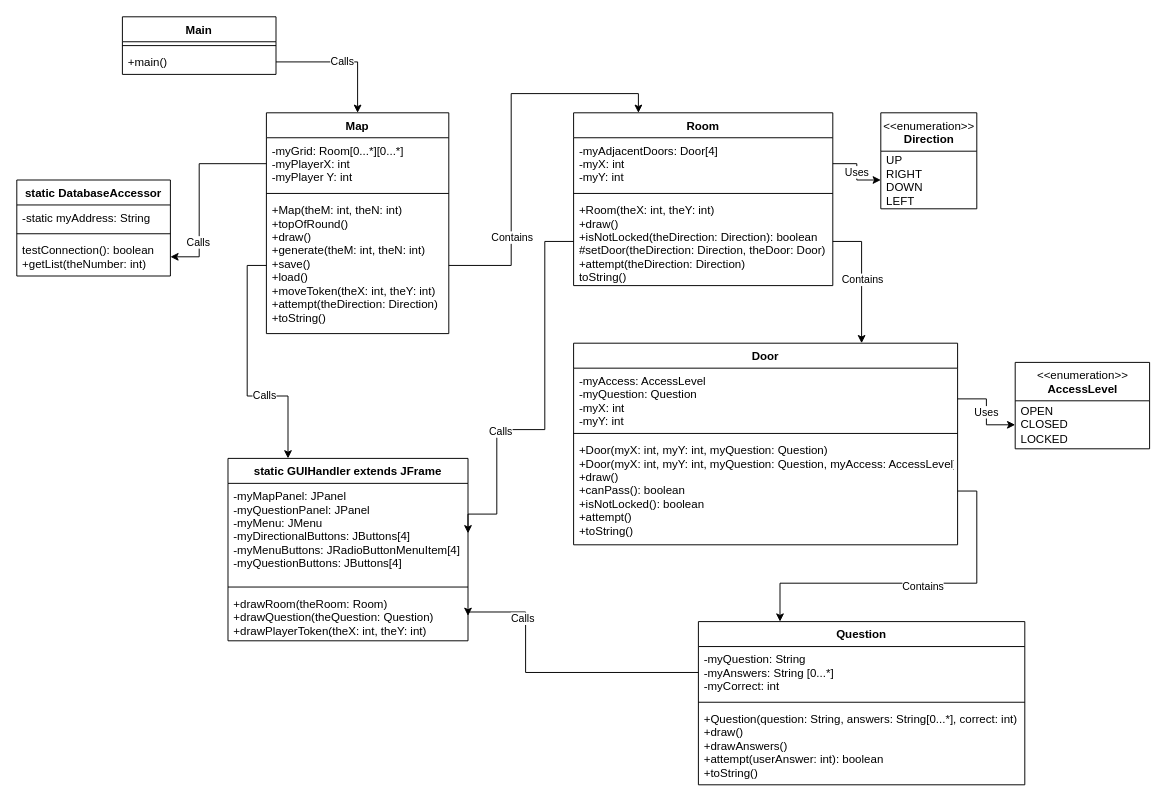
The draw.io diagram page "Map W/ Separate GUI" (2 of 2) of TriviaMazeUML.drawio in mperez68/TriviaMaze, before the edit. Source tidied: cells renumbered, new cells numbered last; positions are measured from the earlier drawing's top-left corner, leaving out a move shared by most shapes. Both pictures are drawn from the tidied source at 96%, with x=0, y=0 at pixel (16, 16).
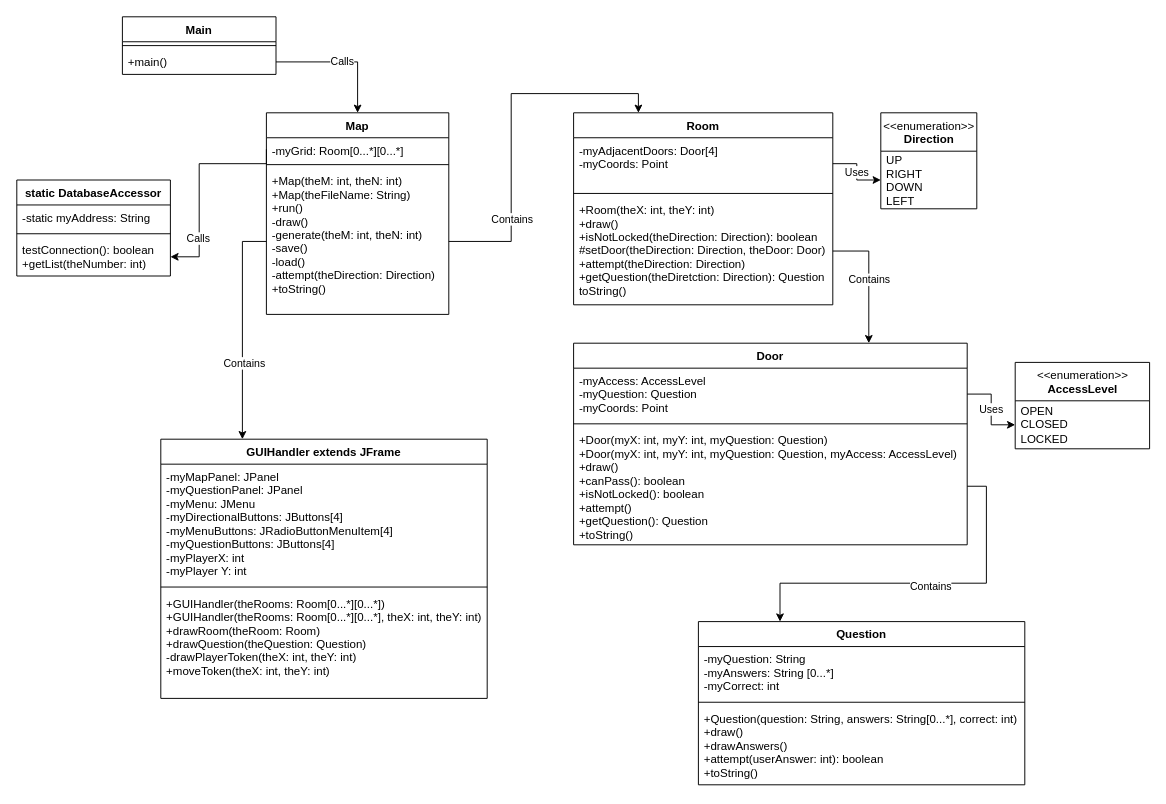
Above is the later version.

Unchanged cells that the change refers to:
```xml
<mxCell id="24" value="-myQuestion: String&#10;-myAnswers: String [0...*]&#10;-myCorrect: int" style="text;strokeColor=none;fillColor=none;align=left;verticalAlign=top;spacingLeft=4;spacingRight=4;overflow=hidden;points=[[0,0.5],[1,0.5]];portConstraint=eastwest;" parent="23" vertex="1">
  <mxGeometry y="26" width="340" height="54" as="geometry" />
</mxCell>
<mxCell id="44" style="edgeStyle=orthogonalEdgeStyle;rounded=0;jettySize=auto;html=1;exitX=0;exitY=0.5;exitDx=0;exitDy=0;entryX=0.25;entryY=0;entryDx=0;entryDy=0;" parent="1" edge="1" source="5" target="35">
  <mxGeometry relative="1" as="geometry" />
</mxCell>
```

The edit, as a diff of the source:
```diff
@@
     <mxCell id="2" value="Map" style="swimlane;fontStyle=1;align=center;verticalAlign=top;horizontal=1;startSize=26;" parent="1" vertex="1">
-      <mxGeometry x="260" y="100" width="190" height="230" as="geometry" />
+      <mxGeometry x="260" y="100" width="190" height="210" as="geometry" />
     </mxCell>
-    <mxCell id="3" value="-myGrid: Room[0...*][0...*]&#10;-myPlayerX: int&#10;-myPlayer Y: int" style="text;strokeColor=none;fillColor=none;align=left;verticalAlign=top;spacingLeft=4;spacingRight=4;overflow=hidden;points=[[0,0.5],[1,0.5]];portConstraint=eastwest;" parent="2" vertex="1">
-      <mxGeometry y="26" width="190" height="54" as="geometry" />
+    <mxCell id="3" value="-myGrid: Room[0...*][0...*]" style="text;strokeColor=none;fillColor=none;align=left;verticalAlign=top;spacingLeft=4;spacingRight=4;overflow=hidden;points=[[0,0.5],[1,0.5]];portConstraint=eastwest;" parent="2" vertex="1">
+      <mxGeometry y="26" width="190" height="24" as="geometry" />
     </mxCell>
     <mxCell id="4" style="line;strokeWidth=1;fillColor=none;align=left;verticalAlign=middle;spacingTop=-1;spacingLeft=3;spacingRight=3;labelPosition=right;" parent="2" vertex="1">
-      <mxGeometry y="80" width="190" height="8" as="geometry" />
+      <mxGeometry y="50" width="190" height="8" as="geometry" />
     </mxCell>
-    <mxCell id="5" value="+Map(theM: int, theN: int)&#10;+topOfRound()&#10;+draw()&#10;+generate(theM: int, theN: int)&#10;+save()&#10;+load()&#10;+moveToken(theX: int, theY: int)&#10;+attempt(theDirection: Direction)&#10;+toString()" style="text;strokeColor=none;fillColor=none;align=left;verticalAlign=top;spacingLeft=4;spacingRight=4;overflow=hidden;points=[[0,0.5],[1,0.5]];portConstraint=eastwest;" parent="2" vertex="1">
-      <mxGeometry y="88" width="190" height="142" as="geometry" />
+    <mxCell id="5" value="+Map(theM: int, theN: int)&#10;+Map(theFileName: String)&#10;+run()&#10;-draw()&#10;-generate(theM: int, theN: int)&#10;-save()&#10;-load()&#10;-attempt(theDirection: Direction)&#10;+toString()" style="text;strokeColor=none;fillColor=none;align=left;verticalAlign=top;spacingLeft=4;spacingRight=4;overflow=hidden;points=[[0,0.5],[1,0.5]];portConstraint=eastwest;" parent="2" vertex="1">
+      <mxGeometry y="58" width="190" height="152" as="geometry" />
     </mxCell>
     <mxCell id="6" value="Room" style="swimlane;fontStyle=1;align=center;verticalAlign=top;horizontal=1;startSize=26;" parent="1" vertex="1">
-      <mxGeometry x="580" y="100" width="270" height="180" as="geometry" />
+      <mxGeometry x="580" y="100" width="270" height="200" as="geometry" />
     </mxCell>
-    <mxCell id="7" value="-myAdjacentDoors: Door[4]&#10;-myX: int&#10;-myY: int" style="text;strokeColor=none;fillColor=none;align=left;verticalAlign=top;spacingLeft=4;spacingRight=4;overflow=hidden;points=[[0,0.5],[1,0.5]];portConstraint=eastwest;" parent="6" vertex="1">
+    <mxCell id="7" value="-myAdjacentDoors: Door[4]&#10;-myCoords: Point" style="text;strokeColor=none;fillColor=none;align=left;verticalAlign=top;spacingLeft=4;spacingRight=4;overflow=hidden;points=[[0,0.5],[1,0.5]];portConstraint=eastwest;" parent="6" vertex="1">
       <mxGeometry y="26" width="270" height="54" as="geometry" />
     </mxCell>
@@
-    <mxCell id="9" value="+Room(theX: int, theY: int)&#10;+draw()&#10;+isNotLocked(theDirection: Direction): boolean&#10;#setDoor(theDirection: Direction, theDoor: Door)&#10;+attempt(theDirection: Direction)&#10;toString()" style="text;strokeColor=none;fillColor=none;align=left;verticalAlign=top;spacingLeft=4;spacingRight=4;overflow=hidden;points=[[0,0.5],[1,0.5]];portConstraint=eastwest;" parent="6" vertex="1">
-      <mxGeometry y="88" width="270" height="92" as="geometry" />
+    <mxCell id="9" value="+Room(theX: int, theY: int)&#10;+draw()&#10;+isNotLocked(theDirection: Direction): boolean&#10;#setDoor(theDirection: Direction, theDoor: Door)&#10;+attempt(theDirection: Direction)&#10;+getQuestion(theDiretction: Direction): Question&#10;toString()" style="text;strokeColor=none;fillColor=none;align=left;verticalAlign=top;spacingLeft=4;spacingRight=4;overflow=hidden;points=[[0,0.5],[1,0.5]];portConstraint=eastwest;" parent="6" vertex="1">
+      <mxGeometry y="88" width="270" height="112" as="geometry" />
     </mxCell>
@@
     <mxCell id="12" value="Door" style="swimlane;fontStyle=1;align=center;verticalAlign=top;horizontal=1;startSize=26;" parent="1" vertex="1">
-      <mxGeometry x="580" y="340" width="400" height="210" as="geometry" />
+      <mxGeometry x="580" y="340" width="410" height="210" as="geometry" />
     </mxCell>
-    <mxCell id="13" value="-myAccess: AccessLevel&#10;-myQuestion: Question&#10;-myX: int&#10;-myY: int" style="text;strokeColor=none;fillColor=none;align=left;verticalAlign=top;spacingLeft=4;spacingRight=4;overflow=hidden;points=[[0,0.5],[1,0.5]];portConstraint=eastwest;" parent="12" vertex="1">
-      <mxGeometry y="26" width="400" height="64" as="geometry" />
+    <mxCell id="13" value="-myAccess: AccessLevel&#10;-myQuestion: Question&#10;-myCoords: Point" style="text;strokeColor=none;fillColor=none;align=left;verticalAlign=top;spacingLeft=4;spacingRight=4;overflow=hidden;points=[[0,0.5],[1,0.5]];portConstraint=eastwest;" parent="12" vertex="1">
+      <mxGeometry y="26" width="410" height="54" as="geometry" />
     </mxCell>
     <mxCell id="14" style="line;strokeWidth=1;fillColor=none;align=left;verticalAlign=middle;spacingTop=-1;spacingLeft=3;spacingRight=3;labelPosition=right;" parent="12" vertex="1">
-      <mxGeometry y="90" width="400" height="8" as="geometry" />
+      <mxGeometry y="80" width="410" height="8" as="geometry" />
     </mxCell>
-    <mxCell id="15" value="+Door(myX: int, myY: int, myQuestion: Question)&#10;+Door(myX: int, myY: int, myQuestion: Question, myAccess: AccessLevel)&#10;+draw()&#10;+canPass(): boolean&#10;+isNotLocked(): boolean&#10;+attempt()&#10;+toString()" style="text;strokeColor=none;fillColor=none;align=left;verticalAlign=top;spacingLeft=4;spacingRight=4;overflow=hidden;points=[[0,0.5],[1,0.5]];portConstraint=eastwest;" parent="12" vertex="1">
-      <mxGeometry y="98" width="400" height="112" as="geometry" />
+    <mxCell id="15" value="+Door(myX: int, myY: int, myQuestion: Question)&#10;+Door(myX: int, myY: int, myQuestion: Question, myAccess: AccessLevel)&#10;+draw()&#10;+canPass(): boolean&#10;+isNotLocked(): boolean&#10;+attempt()&#10;+getQuestion(): Question&#10;+toString()" style="text;strokeColor=none;fillColor=none;align=left;verticalAlign=top;spacingLeft=4;spacingRight=4;overflow=hidden;points=[[0,0.5],[1,0.5]];portConstraint=eastwest;" parent="12" vertex="1">
+      <mxGeometry y="88" width="410" height="122" as="geometry" />
     </mxCell>
@@
-    <mxCell id="35" value="static GUIHandler extends JFrame" style="swimlane;fontStyle=1;align=center;verticalAlign=top;horizontal=1;startSize=26;" parent="1" vertex="1">
-      <mxGeometry x="220" y="460" width="250" height="190" as="geometry" />
+    <mxCell id="35" value="GUIHandler extends JFrame" style="swimlane;fontStyle=1;align=center;verticalAlign=top;horizontal=1;startSize=26;" parent="1" vertex="1">
+      <mxGeometry x="150" y="440" width="340" height="270" as="geometry" />
     </mxCell>
-    <mxCell id="36" value="-myMapPanel: JPanel&#10;-myQuestionPanel: JPanel&#10;-myMenu: JMenu&#10;-myDirectionalButtons: JButtons[4]&#10;-myMenuButtons: JRadioButtonMenuItem[4]&#10;-myQuestionButtons: JButtons[4]" style="text;strokeColor=none;fillColor=none;align=left;verticalAlign=top;spacingLeft=4;spacingRight=4;overflow=hidden;points=[[0,0.5],[1,0.5]];portConstraint=eastwest;" parent="35" vertex="1">
-      <mxGeometry y="26" width="250" height="104" as="geometry" />
+    <mxCell id="36" value="-myMapPanel: JPanel&#10;-myQuestionPanel: JPanel&#10;-myMenu: JMenu&#10;-myDirectionalButtons: JButtons[4]&#10;-myMenuButtons: JRadioButtonMenuItem[4]&#10;-myQuestionButtons: JButtons[4]&#10;-myPlayerX: int&#10;-myPlayer Y: int" style="text;strokeColor=none;fillColor=none;align=left;verticalAlign=top;spacingLeft=4;spacingRight=4;overflow=hidden;points=[[0,0.5],[1,0.5]];portConstraint=eastwest;" parent="35" vertex="1">
+      <mxGeometry y="26" width="340" height="124" as="geometry" />
     </mxCell>
     <mxCell id="37" style="line;strokeWidth=1;fillColor=none;align=left;verticalAlign=middle;spacingTop=-1;spacingLeft=3;spacingRight=3;labelPosition=right;" parent="35" vertex="1">
-      <mxGeometry y="130" width="250" height="8" as="geometry" />
+      <mxGeometry y="150" width="340" height="8" as="geometry" />
     </mxCell>
-    <mxCell id="38" value="+drawRoom(theRoom: Room)&#10;+drawQuestion(theQuestion: Question)&#10;+drawPlayerToken(theX: int, theY: int)" style="text;strokeColor=none;fillColor=none;align=left;verticalAlign=top;spacingLeft=4;spacingRight=4;overflow=hidden;points=[[0,0.5],[1,0.5]];portConstraint=eastwest;" parent="35" vertex="1">
-      <mxGeometry y="138" width="250" height="52" as="geometry" />
+    <mxCell id="38" value="+GUIHandler(theRooms: Room[0...*][0...*])&#10;+GUIHandler(theRooms: Room[0...*][0...*], theX: int, theY: int)&#10;+drawRoom(theRoom: Room)&#10;+drawQuestion(theQuestion: Question)&#10;-drawPlayerToken(theX: int, theY: int)&#10;+moveToken(theX: int, theY: int)" style="text;strokeColor=none;fillColor=none;align=left;verticalAlign=top;spacingLeft=4;spacingRight=4;overflow=hidden;points=[[0,0.5],[1,0.5]];portConstraint=eastwest;" parent="35" vertex="1">
+      <mxGeometry y="158" width="340" height="112" as="geometry" />
     </mxCell>
-    <mxCell id="39" style="edgeStyle=orthogonalEdgeStyle;rounded=0;jettySize=auto;html=1;exitX=0;exitY=0.5;exitDx=0;exitDy=0;entryX=1;entryY=0.5;entryDx=0;entryDy=0;" parent="1" edge="1" source="24" target="38">
-      <mxGeometry relative="1" as="geometry">
-        <Array as="points">
-          <mxPoint x="530" y="683" />
-          <mxPoint x="530" y="620" />
-          <mxPoint x="470" y="620" />
-        </Array>
-      </mxGeometry>
-    </mxCell>
-    <mxCell id="40" value="Calls" style="edgeLabel;html=1;align=center;verticalAlign=middle;" parent="39" vertex="1">
-      <mxGeometry x="0.27" y="2" relative="1" as="geometry">
-        <mxPoint x="-2" y="-42" as="offset" />
-      </mxGeometry>
-    </mxCell>
@@
-    <mxCell id="42" style="edgeStyle=orthogonalEdgeStyle;rounded=0;jettySize=auto;html=1;exitX=0;exitY=0.5;exitDx=0;exitDy=0;entryX=1;entryY=0.5;entryDx=0;entryDy=0;" parent="1" edge="1" source="9" target="36">
-      <mxGeometry relative="1" as="geometry">
-        <Array as="points">
-          <mxPoint x="550" y="234" />
-          <mxPoint x="550" y="430" />
-          <mxPoint x="500" y="430" />
-          <mxPoint x="500" y="518" />
-          <mxPoint x="470" y="518" />
-        </Array>
-      </mxGeometry>
-    </mxCell>
-    <mxCell id="43" value="Calls" style="edgeLabel;html=1;align=center;verticalAlign=middle;" parent="42" vertex="1">
-      <mxGeometry x="0.32" y="1" relative="1" as="geometry" />
-    </mxCell>
@@
-    <mxCell id="45" value="Calls" style="edgeLabel;html=1;align=center;verticalAlign=middle;" parent="44" vertex="1">
+    <mxCell id="45" value="Contains" style="edgeLabel;html=1;align=center;verticalAlign=middle;" parent="44" vertex="1">
       <mxGeometry x="0.31" y="1" relative="1" as="geometry" />
     </mxCell>
```
